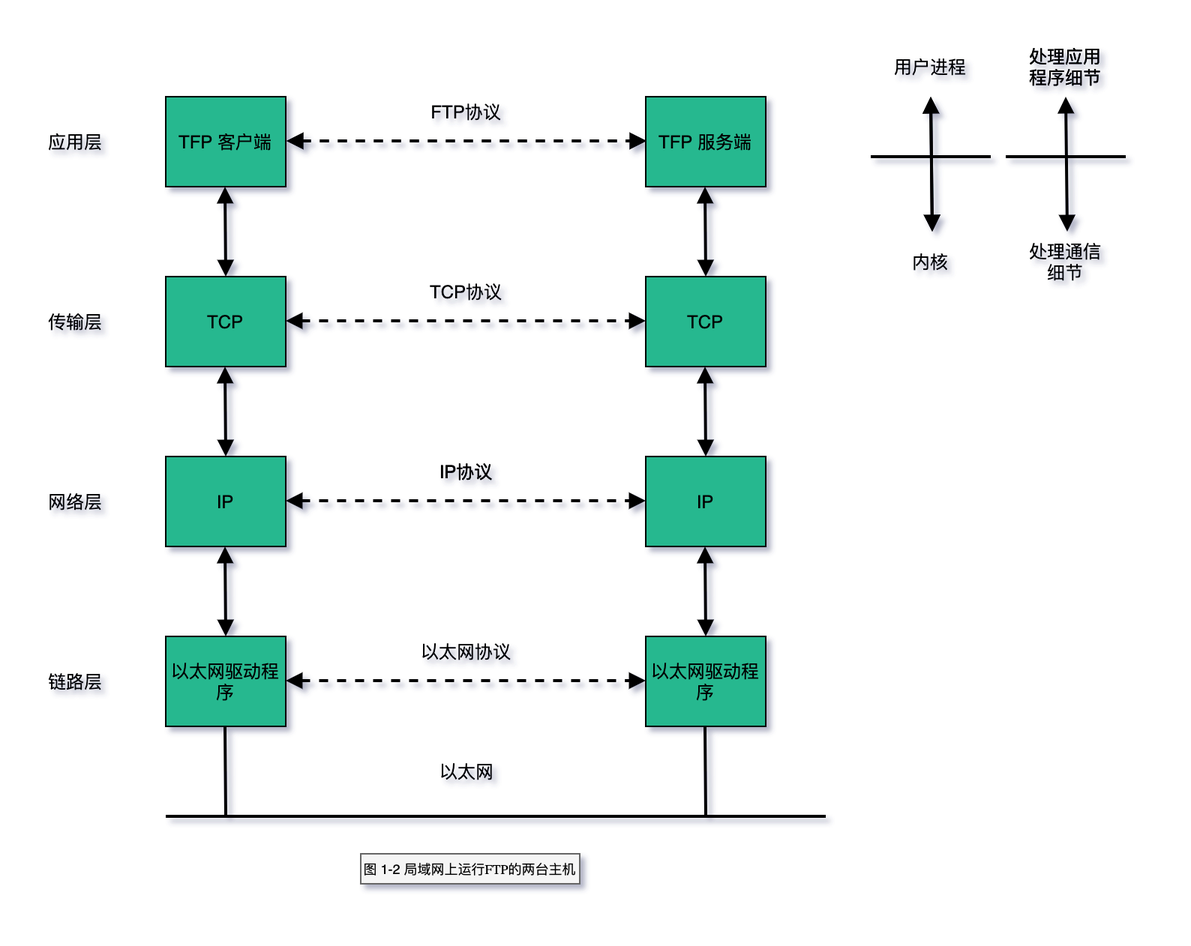
Earlier version of the draw.io export tcp-ip/TCP-IP-详解-卷1/images/TCP-IP-1-2.png (web1992/read). Source tidied: cells renumbered, new cells last; positions are measured from the earlier drawing's top-left corner, leaving out a move shared by most shapes.
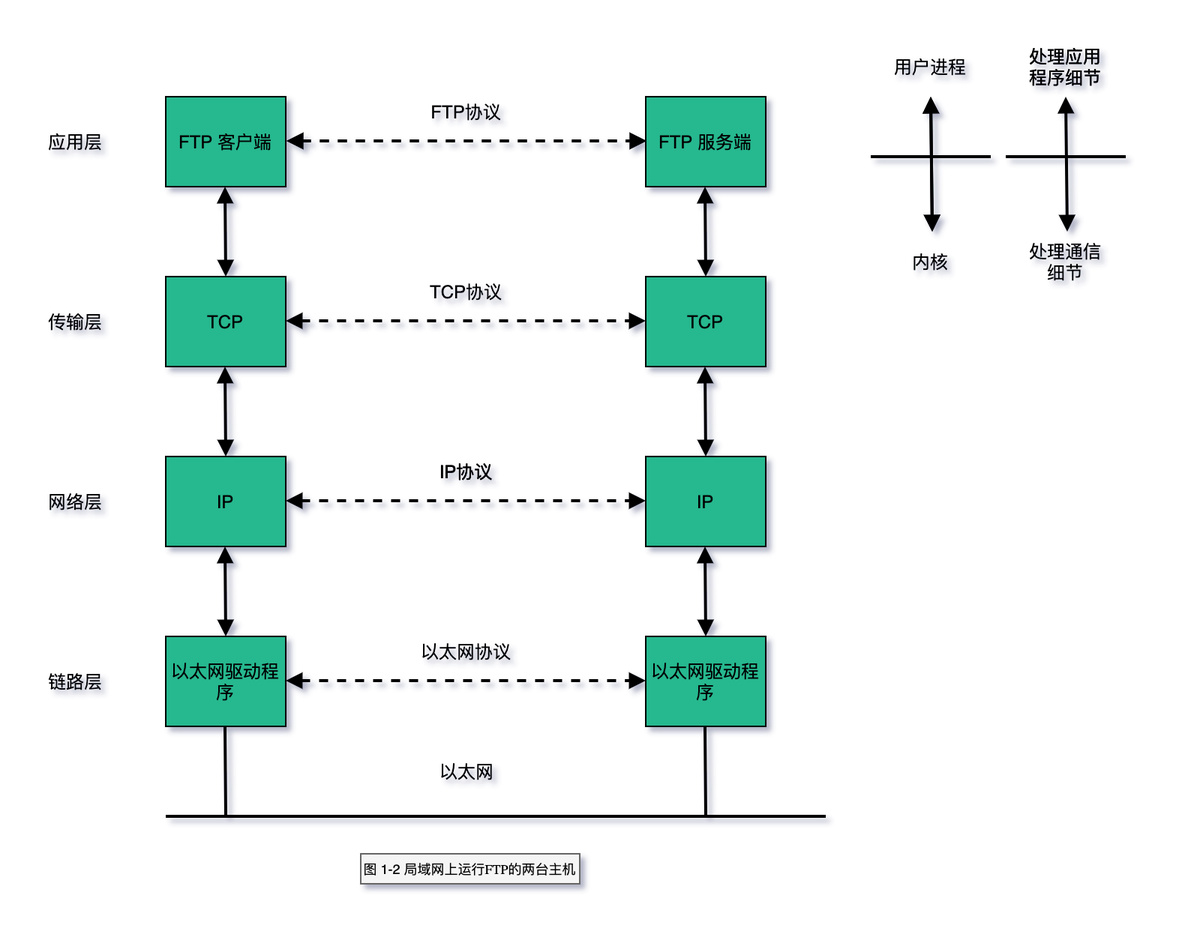
Above is the later version.

Change to the diagram source:
```diff
@@ -11,7 +11,7 @@
     <mxCell id="3" value="TFP 客户端" style="rounded=0;whiteSpace=wrap;html=1;fillColor=#25B88F;align=center;" parent="1" vertex="1">
       <mxGeometry x="80" y="30" width="80" height="60" as="geometry" />
     </mxCell>
-    <mxCell id="4" value="TFP 客户端" style="rounded=0;whiteSpace=wrap;html=1;fillColor=#25B88F;align=center;" parent="1" vertex="1">
+    <mxCell id="4" value="FTP 客户端" style="rounded=0;whiteSpace=wrap;html=1;fillColor=#25B88F;align=center;" parent="1" vertex="1">
       <mxGeometry x="80" y="30" width="80" height="60" as="geometry" />
     </mxCell>
     <mxCell id="5" value="TCP" style="rounded=0;whiteSpace=wrap;html=1;fillColor=#25B88F;align=center;" parent="1" vertex="1">
@@ -26,7 +26,7 @@
     <mxCell id="8" value="TFP 客户端" style="rounded=0;whiteSpace=wrap;html=1;fillColor=#25B88F;align=center;" parent="1" vertex="1">
       <mxGeometry x="400" y="30" width="80" height="60" as="geometry" />
     </mxCell>
-    <mxCell id="9" value="TFP 服务端" style="rounded=0;whiteSpace=wrap;html=1;fillColor=#25B88F;align=center;" parent="1" vertex="1">
+    <mxCell id="9" value="FTP 服务端" style="rounded=0;whiteSpace=wrap;html=1;fillColor=#25B88F;align=center;" parent="1" vertex="1">
       <mxGeometry x="400" y="30" width="80" height="60" as="geometry" />
     </mxCell>
     <mxCell id="10" value="TCP" style="rounded=0;whiteSpace=wrap;html=1;fillColor=#25B88F;align=center;" parent="1" vertex="1">
```
